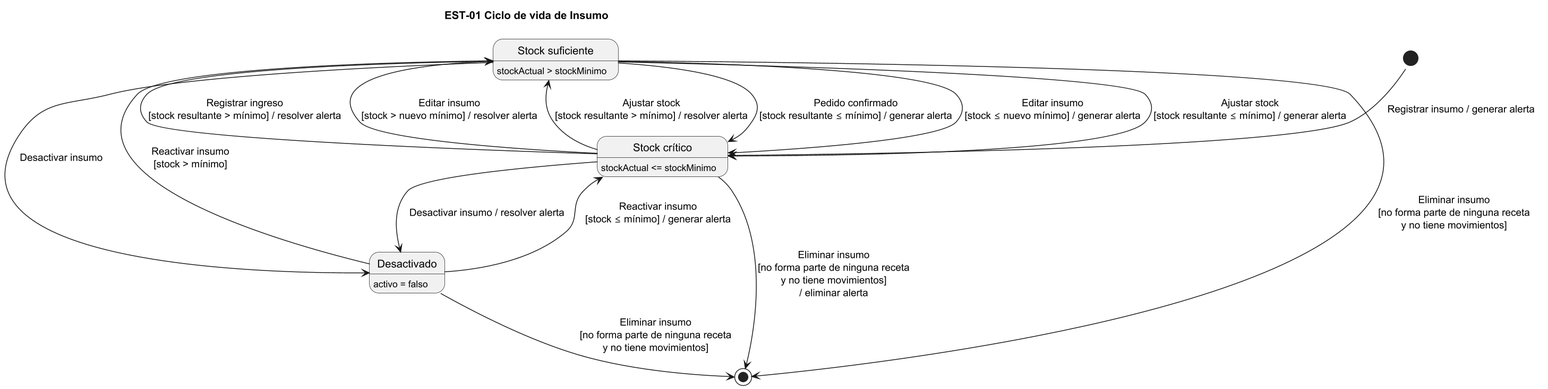
This is diagramas/est-01.png from lambtto/Gestor-Inventario-Brookie, a PlantUML export, as it was before one commit.
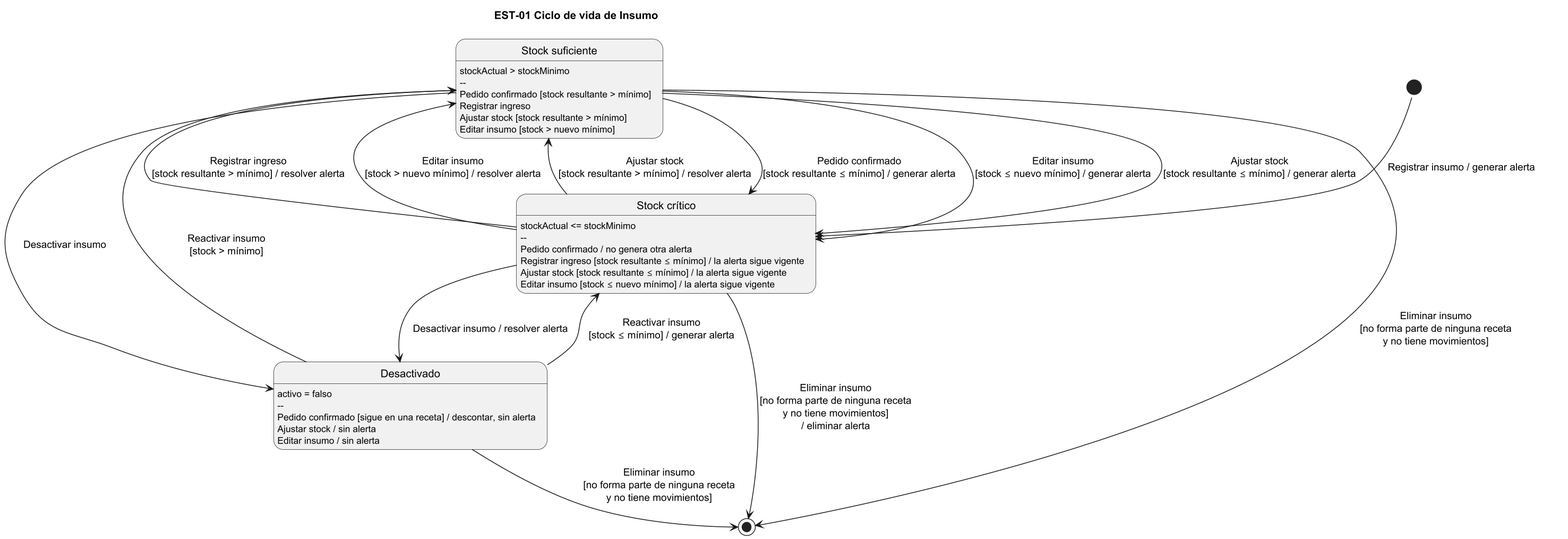
The same diagram one commit later.

Change to the diagram source:
```diff
@@ -2,13 +2,29 @@
 !pragma layout smetana
 title EST-01 Ciclo de vida de Insumo
 skinparam dpi 140
+skinparam nodesep 90
+skinparam ranksep 70
 state "Stock suficiente" as Suf
 state "Stock crítico" as Cri
 state "Desactivado" as Des
 
 Suf : stockActual > stockMinimo
+Suf : --
+Suf : Pedido confirmado [stock resultante > mínimo]
+Suf : Registrar ingreso
+Suf : Ajustar stock [stock resultante > mínimo]
+Suf : Editar insumo [stock > nuevo mínimo]
 Cri : stockActual <= stockMinimo
+Cri : --
+Cri : Pedido confirmado / no genera otra alerta
+Cri : Registrar ingreso [stock resultante ≤ mínimo] / la alerta sigue vigente
+Cri : Ajustar stock [stock resultante ≤ mínimo] / la alerta sigue vigente
+Cri : Editar insumo [stock ≤ nuevo mínimo] / la alerta sigue vigente
 Des : activo = falso
+Des : --
+Des : Pedido confirmado [sigue en una receta] / descontar, sin alerta
+Des : Ajustar stock / sin alerta
+Des : Editar insumo / sin alerta
 
 [*] --> Cri : Registrar insumo / generar alerta
 Suf --> Cri : Pedido confirmado\n[stock resultante ≤ mínimo] / generar alerta
```
